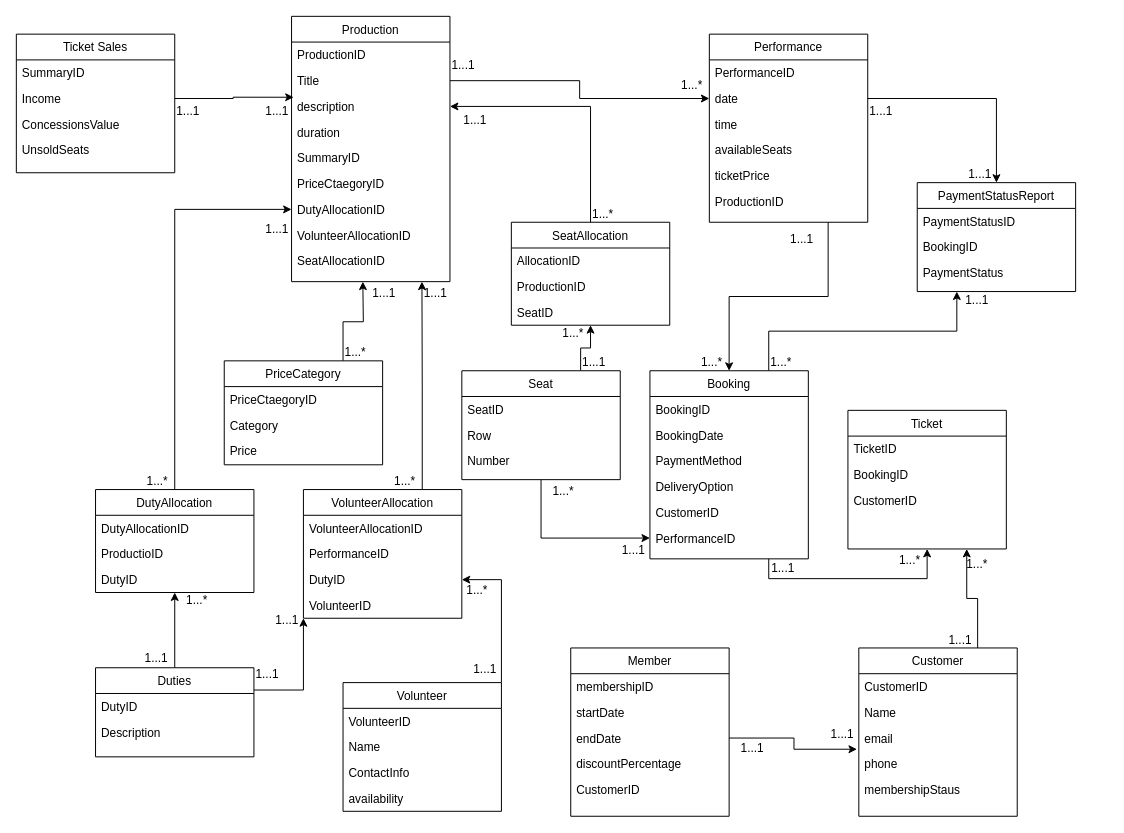
Above: Untitled Diagram.drawio in iamheetp/ecomstore (draw.io), before the change. Source tidied: cells renumbered, new cells numbered last; positions are measured from the earlier drawing's top-left corner, leaving out a move shared by most shapes. Both pictures are drawn from the tidied source at 99%, with x=0, y=0 at pixel (16, 16).
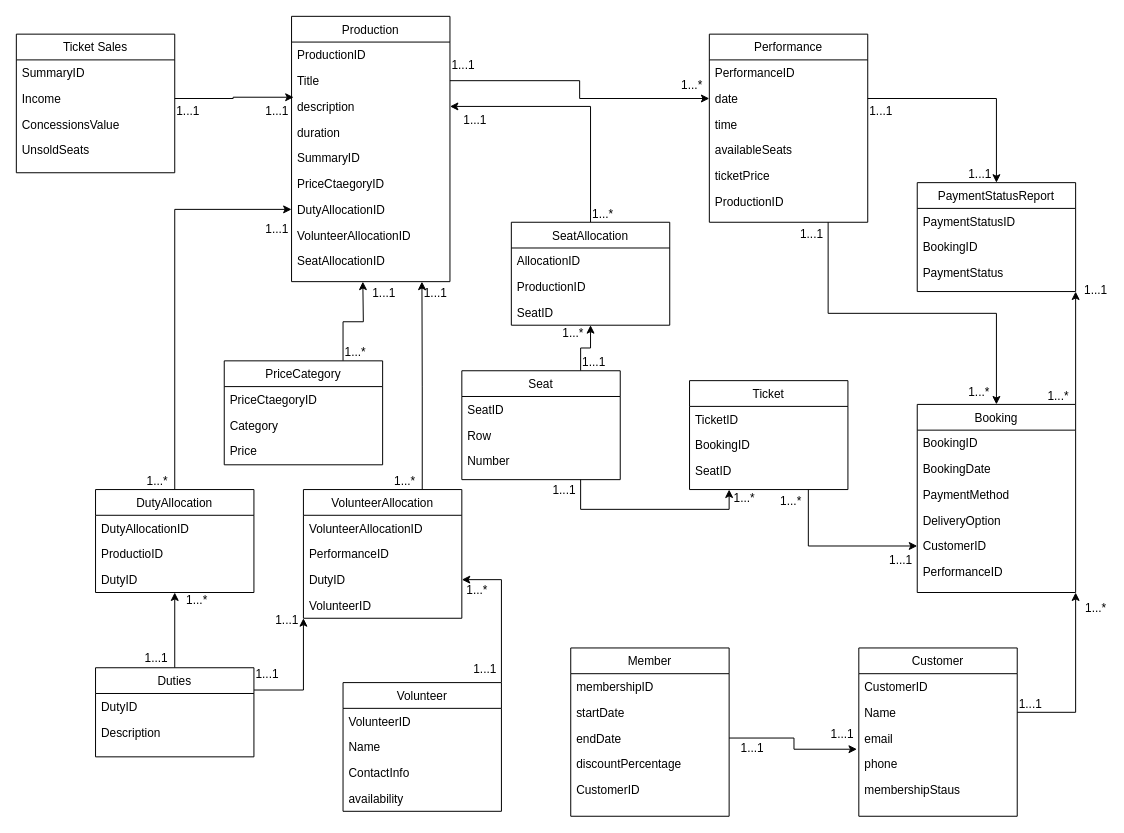
The same diagram, later.

Unchanged cells that the change refers to:
```xml
<mxCell id="4" value="Seat" style="swimlane;fontStyle=0;align=center;verticalAlign=top;horizontal=1;startSize=26;rounded=0;shadow=0;strokeWidth=1;" parent="1" vertex="1">
  <mxGeometry x="450" y="358" width="160" height="110" as="geometry" />
</mxCell>
<mxCell id="21" value="CustomerID" style="text;align=left;verticalAlign=top;spacingLeft=4;spacingRight=4;overflow=hidden;points=[[0,0.5],[1,0.5]];portConstraint=eastwest;" parent="16" vertex="1">
  <mxGeometry y="130" width="160" height="26" as="geometry" />
</mxCell>
<mxCell id="22" value="PerformanceID" style="text;align=left;verticalAlign=top;spacingLeft=4;spacingRight=4;overflow=hidden;points=[[0,0.5],[1,0.5]];portConstraint=eastwest;" parent="16" vertex="1">
  <mxGeometry y="156" width="160" height="26" as="geometry" />
</mxCell>
<mxCell id="78" value="Customer" style="swimlane;fontStyle=0;align=center;verticalAlign=top;horizontal=1;startSize=26;rounded=0;shadow=0;strokeWidth=1;" parent="1" vertex="1">
  <mxGeometry x="851" y="638" width="160" height="170" as="geometry" />
</mxCell>
<mxCell id="80" value="Name" style="text;align=left;verticalAlign=top;spacingLeft=4;spacingRight=4;overflow=hidden;points=[[0,0.5],[1,0.5]];portConstraint=eastwest;rounded=0;shadow=0;html=0;" parent="78" vertex="1">
  <mxGeometry y="52" width="160" height="26" as="geometry" />
</mxCell>
<mxCell id="115" value="PaymentStatusReport" style="swimlane;fontStyle=0;align=center;verticalAlign=top;horizontal=1;startSize=26;rounded=0;shadow=0;strokeWidth=1;" parent="1" vertex="1">
  <mxGeometry x="910" y="168" width="160" height="110" as="geometry" />
</mxCell>
```

What changed in the source:
```diff
@@
-    <mxCell id="2" style="edgeStyle=orthogonalEdgeStyle;rounded=0;jettySize=auto;html=1;exitX=0.5;exitY=1;exitDx=0;exitDy=0;entryX=0;entryY=0.5;entryDx=0;entryDy=0;" parent="1" edge="1" source="4" target="22">
-      <mxGeometry relative="1" as="geometry" />
-    </mxCell>
@@
+    <mxCell id="131" style="edgeStyle=orthogonalEdgeStyle;rounded=0;jettySize=auto;html=1;exitX=0.75;exitY=1;exitDx=0;exitDy=0;entryX=0.25;entryY=1;entryDx=0;entryDy=0;" parent="1" edge="1" source="4" target="84">
+      <mxGeometry relative="1" as="geometry" />
+    </mxCell>
@@
-    <mxCell id="14" style="edgeStyle=orthogonalEdgeStyle;rounded=0;jettySize=auto;html=1;exitX=0.75;exitY=1;exitDx=0;exitDy=0;entryX=0.5;entryY=1;entryDx=0;entryDy=0;" parent="1" edge="1" source="16" target="84">
-      <mxGeometry relative="1" as="geometry" />
-    </mxCell>
-    <mxCell id="15" style="edgeStyle=orthogonalEdgeStyle;rounded=0;jettySize=auto;html=1;exitX=0.75;exitY=0;exitDx=0;exitDy=0;entryX=0.25;entryY=1;entryDx=0;entryDy=0;" parent="1" edge="1" source="16" target="115">
+    <mxCell id="15" style="edgeStyle=orthogonalEdgeStyle;rounded=0;jettySize=auto;html=1;exitX=1;exitY=0;exitDx=0;exitDy=0;entryX=1;entryY=1;entryDx=0;entryDy=0;" parent="1" edge="1" source="16" target="115">
       <mxGeometry relative="1" as="geometry" />
     </mxCell>
     <mxCell id="16" value="Booking" style="swimlane;fontStyle=0;align=center;verticalAlign=top;horizontal=1;startSize=26;rounded=0;shadow=0;strokeWidth=1;" parent="1" vertex="1">
-      <mxGeometry x="640" y="358" width="160" height="190" as="geometry" />
+      <mxGeometry x="910" y="392" width="160" height="190" as="geometry" />
     </mxCell>
@@
-    <mxCell id="44" value="1...1" style="align=left;verticalAlign=bottom;labelBackgroundColor=none;fontSize=12;" parent="1" vertex="1">
-      <mxGeometry x="690" y="568" as="geometry">
-        <mxPoint x="71" y="-2" as="offset" />
-      </mxGeometry>
-    </mxCell>
     <mxCell id="45" value="1...*" style="align=left;verticalAlign=bottom;labelBackgroundColor=none;fontSize=12;" parent="1" vertex="1">
-      <mxGeometry x="690" y="358" as="geometry" />
+      <mxGeometry x="960" y="388" as="geometry" />
     </mxCell>
     <mxCell id="46" value="1...1" style="align=left;verticalAlign=bottom;labelBackgroundColor=none;fontSize=12;" parent="1" vertex="1">
-      <mxGeometry x="780" y="233" as="geometry" />
+      <mxGeometry x="790" y="228" as="geometry" />
     </mxCell>
@@
-    <mxCell id="77" style="edgeStyle=orthogonalEdgeStyle;rounded=0;jettySize=auto;html=1;exitX=0.75;exitY=0;exitDx=0;exitDy=0;entryX=0.75;entryY=1;entryDx=0;entryDy=0;" parent="1" edge="1" source="78" target="84">
-      <mxGeometry relative="1" as="geometry" />
-    </mxCell>
@@
+    <mxCell id="132" style="edgeStyle=orthogonalEdgeStyle;rounded=0;jettySize=auto;html=1;exitX=0.75;exitY=1;exitDx=0;exitDy=0;entryX=0;entryY=0.5;entryDx=0;entryDy=0;" parent="1" edge="1" source="84" target="21">
+      <mxGeometry relative="1" as="geometry" />
+    </mxCell>
     <mxCell id="84" value="Ticket" style="swimlane;fontStyle=0;align=center;verticalAlign=top;horizontal=1;startSize=26;rounded=0;shadow=0;strokeWidth=1;" parent="1" vertex="1">
-      <mxGeometry x="840" y="398" width="160" height="140" as="geometry" />
+      <mxGeometry x="680" y="368" width="160" height="110" as="geometry" />
     </mxCell>
@@
-    <mxCell id="87" value="CustomerID" style="text;align=left;verticalAlign=top;spacingLeft=4;spacingRight=4;overflow=hidden;rounded=0;shadow=0;html=0;" parent="84" vertex="1">
+    <mxCell id="87" value="SeatID" style="text;align=left;verticalAlign=top;spacingLeft=4;spacingRight=4;overflow=hidden;rounded=0;shadow=0;html=0;" parent="84" vertex="1">
       <mxGeometry y="78" width="160" height="26" as="geometry" />
     </mxCell>
-    <mxCell id="88" value="1...*" style="align=left;verticalAlign=bottom;labelBackgroundColor=none;fontSize=12;rotation=0;" parent="1" vertex="1">
-      <mxGeometry x="890" y="558" as="geometry" />
-    </mxCell>
     <mxCell id="89" value="1...1" style="align=left;verticalAlign=bottom;labelBackgroundColor=none;fontSize=12;" parent="1" vertex="1">
-      <mxGeometry x="940" y="638" as="geometry" />
+      <mxGeometry x="1011" y="703" as="geometry" />
     </mxCell>
@@
-    <mxCell id="97" value="1...*" style="align=left;verticalAlign=bottom;labelBackgroundColor=none;fontSize=12;rotation=0;" parent="1" vertex="1">
-      <mxGeometry x="900" y="578" as="geometry">
-        <mxPoint x="58" y="-16" as="offset" />
-      </mxGeometry>
-    </mxCell>
-    <mxCell id="98" value="1...*" style="align=left;verticalAlign=bottom;labelBackgroundColor=none;fontSize=12;" parent="1" vertex="1">
-      <mxGeometry x="540" y="488" as="geometry" />
-    </mxCell>
-    <mxCell id="99" value="1...1" style="align=left;verticalAlign=bottom;labelBackgroundColor=none;fontSize=12;" parent="1" vertex="1">
-      <mxGeometry x="610" y="548" as="geometry" />
-    </mxCell>
@@
     <mxCell id="129" value="1...*" style="align=left;verticalAlign=bottom;labelBackgroundColor=none;fontSize=12;" parent="1" vertex="1">
-      <mxGeometry x="760" y="358" as="geometry" />
+      <mxGeometry x="1040" y="392" as="geometry" />
     </mxCell>
     <mxCell id="130" value="1...1" style="align=left;verticalAlign=bottom;labelBackgroundColor=none;fontSize=12;" parent="1" vertex="1">
-      <mxGeometry x="790" y="248" as="geometry">
+      <mxGeometry x="910" y="238" as="geometry">
         <mxPoint x="167" y="47" as="offset" />
       </mxGeometry>
     </mxCell>
+    <mxCell id="133" style="edgeStyle=orthogonalEdgeStyle;rounded=0;jettySize=auto;html=1;exitX=1;exitY=0.5;exitDx=0;exitDy=0;entryX=1;entryY=1;entryDx=0;entryDy=0;" parent="1" edge="1" source="80" target="16">
+      <mxGeometry relative="1" as="geometry" />
+    </mxCell>
+    <mxCell id="134" value="1...*" style="align=left;verticalAlign=bottom;labelBackgroundColor=none;fontSize=12;" parent="1" vertex="1">
+      <mxGeometry x="1050" y="402" as="geometry">
+        <mxPoint x="28" y="204" as="offset" />
+      </mxGeometry>
+    </mxCell>
+    <mxCell id="135" value="1...*" style="align=left;verticalAlign=bottom;labelBackgroundColor=none;fontSize=12;" parent="1" vertex="1">
+      <mxGeometry x="560" y="338" as="geometry">
+        <mxPoint x="163" y="157" as="offset" />
+      </mxGeometry>
+    </mxCell>
+    <mxCell id="136" value="1...1" style="align=left;verticalAlign=bottom;labelBackgroundColor=none;fontSize=12;" parent="1" vertex="1">
+      <mxGeometry x="540" y="487" as="geometry" />
+    </mxCell>
+    <mxCell id="137" value="1...*" style="align=left;verticalAlign=bottom;labelBackgroundColor=none;fontSize=12;" parent="1" vertex="1">
+      <mxGeometry x="770" y="498" as="geometry" />
+    </mxCell>
+    <mxCell id="138" value="1...1" style="align=left;verticalAlign=bottom;labelBackgroundColor=none;fontSize=12;" parent="1" vertex="1">
+      <mxGeometry x="880" y="558" as="geometry" />
+    </mxCell>
```
